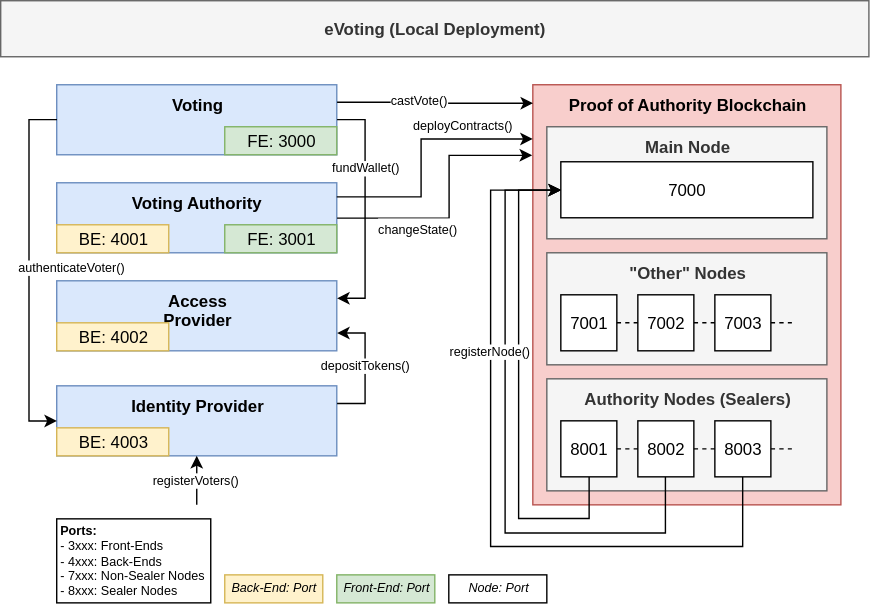
Earlier version of the draw.io export assets/eVoting.svg (alexscheitlin/master-project-evoting). Source tidied: cells renumbered, new cells last; positions are measured from the earlier drawing's top-left corner, leaving out a move shared by most shapes.
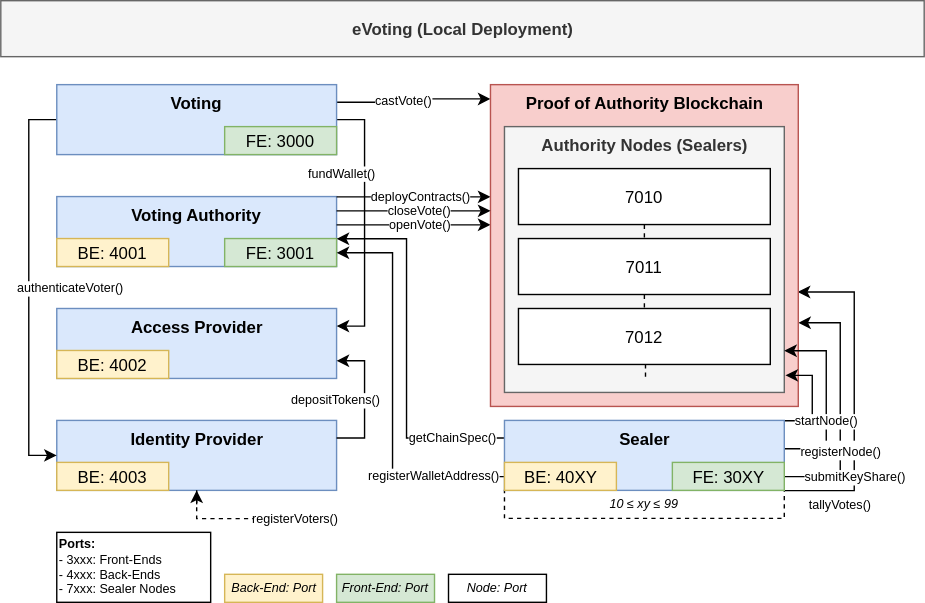
The same file after the commit.

Commit message:
update local deployment (ports) drawing

Change to the diagram source:
```diff
@@ -4,4 +4,30 @@
     <mxCell id="1" parent="0" />
+    <mxCell id="59" style="edgeStyle=orthogonalEdgeStyle;rounded=0;jettySize=auto;html=1;entryX=0.998;entryY=0.645;entryDx=0;entryDy=0;entryPerimeter=0;endArrow=classic;endFill=1;fontSize=9;" parent="1" edge="1" source="80" target="12">
+      <mxGeometry relative="1" as="geometry">
+        <Array as="points">
+          <mxPoint x="610" y="350" />
+          <mxPoint x="610" y="208" />
+        </Array>
+      </mxGeometry>
+    </mxCell>
+    <mxCell id="60" value="tallyVotes()" style="text;html=1;align=center;verticalAlign=middle;labelBackgroundColor=#ffffff;fontSize=9;" parent="59" vertex="1">
+      <mxGeometry x="-0.11" y="2" relative="1" as="geometry">
+        <mxPoint x="-7.5" y="12" as="offset" />
+      </mxGeometry>
+    </mxCell>
+    <mxCell id="61" style="edgeStyle=orthogonalEdgeStyle;rounded=0;jettySize=auto;html=1;endArrow=classic;endFill=1;fontSize=9;" parent="1" edge="1" source="80" target="12">
+      <mxGeometry relative="1" as="geometry">
+        <Array as="points">
+          <mxPoint x="600" y="340" />
+          <mxPoint x="600" y="230" />
+        </Array>
+      </mxGeometry>
+    </mxCell>
+    <mxCell id="62" value="submitKeyShare()" style="text;html=1;align=center;verticalAlign=middle;labelBackgroundColor=#ffffff;fontSize=9;" parent="61" vertex="1">
+      <mxGeometry x="-0.38" y="49" relative="1" as="geometry">
+        <mxPoint x="59" y="16" as="offset" />
+      </mxGeometry>
+    </mxCell>
     <mxCell id="2" style="group;" parent="1" vertex="1">
-      <mxGeometry x="40" y="200" width="200" height="50" as="geometry" />
+      <mxGeometry x="40" y="220" width="200" height="50" as="geometry" />
     </mxCell>
@@ -14,3 +40,3 @@
     <mxCell id="5" style="group;" parent="1" vertex="1">
-      <mxGeometry x="40" y="275" width="200" height="50" as="geometry" />
+      <mxGeometry x="40" y="300" width="200" height="50" as="geometry" />
     </mxCell>
@@ -22,109 +48,7 @@
     </mxCell>
-    <mxCell id="8" style="group;fontStyle=1;" parent="1" vertex="1">
-      <mxGeometry x="40" y="60" width="200" height="50" as="geometry" />
-    </mxCell>
-    <mxCell id="9" value="&lt;b&gt;Voting&lt;/b&gt;" style="rounded=0;whiteSpace=wrap;html=1;fillColor=#dae8fc;strokeColor=#6c8ebf;align=center;verticalAlign=top;" parent="8" vertex="1">
-      <mxGeometry width="200" height="50" as="geometry" />
-    </mxCell>
-    <mxCell id="10" value="FE: 3000" style="rounded=0;whiteSpace=wrap;html=1;fillColor=#d5e8d4;strokeColor=#82b366;" parent="8" vertex="1">
-      <mxGeometry x="120" y="30" width="80" height="20" as="geometry" />
-    </mxCell>
-    <mxCell id="11" style="group;" parent="1" vertex="1">
-      <mxGeometry x="380" y="60" width="220" height="300" as="geometry" />
-    </mxCell>
-    <mxCell id="12" value="Proof of Authority Blockchain" style="rounded=0;whiteSpace=wrap;html=1;align=center;fillColor=#f8cecc;strokeColor=#b85450;verticalAlign=top;fontStyle=1;" parent="11" vertex="1">
-      <mxGeometry width="220" height="300" as="geometry" />
-    </mxCell>
-    <mxCell id="13" style="group;" parent="11" vertex="1">
-      <mxGeometry x="10" y="210" width="200" height="80" as="geometry" />
-    </mxCell>
-    <mxCell id="14" value="Authority Nodes (Sealers)" style="rounded=0;whiteSpace=wrap;html=1;align=center;fontStyle=1;verticalAlign=top;fillColor=#f5f5f5;strokeColor=#666666;fontColor=#333333;" parent="13" vertex="1">
-      <mxGeometry width="200" height="80" as="geometry" />
-    </mxCell>
-    <mxCell id="15" value="8001" style="rounded=0;whiteSpace=wrap;html=1;align=center;" parent="13" vertex="1">
-      <mxGeometry x="10" y="30" width="40" height="40" as="geometry" />
-    </mxCell>
-    <mxCell id="16" value="8002" style="rounded=0;whiteSpace=wrap;html=1;align=center;" parent="13" vertex="1">
-      <mxGeometry x="65" y="30" width="40" height="40" as="geometry" />
-    </mxCell>
-    <mxCell id="17" value="8003" style="rounded=0;whiteSpace=wrap;html=1;align=center;" parent="13" vertex="1">
-      <mxGeometry x="120" y="30" width="40" height="40" as="geometry" />
-    </mxCell>
-    <mxCell id="18" style="endArrow=none;dashed=1;html=1;exitX=1;exitY=0.5;exitDx=0;exitDy=0;entryX=0;entryY=0.5;entryDx=0;entryDy=0;" parent="13" edge="1" source="15" target="16">
-      <mxGeometry relative="1" as="geometry" />
-    </mxCell>
-    <mxCell id="19" style="endArrow=none;dashed=1;html=1;exitX=1;exitY=0.5;exitDx=0;exitDy=0;entryX=0;entryY=0.5;entryDx=0;entryDy=0;" parent="13" edge="1" source="16" target="17">
-      <mxGeometry relative="1" as="geometry" />
-    </mxCell>
-    <mxCell id="20" style="endArrow=none;dashed=1;html=1;exitX=1;exitY=0.5;exitDx=0;exitDy=0;entryX=0;entryY=0.5;entryDx=0;entryDy=0;" parent="13" edge="1">
-      <mxGeometry relative="1" as="geometry">
-        <mxPoint x="160" y="50" as="sourcePoint" />
-        <mxPoint x="175" y="50" as="targetPoint" />
-        <Array as="points">
-          <mxPoint x="175" y="50" />
-        </Array>
-      </mxGeometry>
-    </mxCell>
-    <mxCell id="21" style="group;" parent="11" vertex="1">
-      <mxGeometry x="10" y="120" width="200" height="80" as="geometry" />
-    </mxCell>
-    <mxCell id="22" value="&quot;Other&quot; Nodes" style="rounded=0;whiteSpace=wrap;html=1;align=center;fontStyle=1;verticalAlign=top;fillColor=#f5f5f5;strokeColor=#666666;fontColor=#333333;" parent="21" vertex="1">
-      <mxGeometry width="200" height="80" as="geometry" />
-    </mxCell>
-    <mxCell id="23" value="7001" style="rounded=0;whiteSpace=wrap;html=1;align=center;" parent="21" vertex="1">
-      <mxGeometry x="10" y="30" width="40" height="40" as="geometry" />
-    </mxCell>
-    <mxCell id="24" value="7002" style="rounded=0;whiteSpace=wrap;html=1;align=center;" parent="21" vertex="1">
-      <mxGeometry x="65" y="30" width="40" height="40" as="geometry" />
-    </mxCell>
-    <mxCell id="25" value="7003" style="rounded=0;whiteSpace=wrap;html=1;align=center;" parent="21" vertex="1">
-      <mxGeometry x="120" y="30" width="40" height="40" as="geometry" />
-    </mxCell>
-    <mxCell id="26" style="endArrow=none;dashed=1;html=1;exitX=1;exitY=0.5;exitDx=0;exitDy=0;entryX=0;entryY=0.5;entryDx=0;entryDy=0;" parent="21" edge="1" source="23" target="24">
-      <mxGeometry relative="1" as="geometry" />
-    </mxCell>
-    <mxCell id="27" style="endArrow=none;dashed=1;html=1;exitX=1;exitY=0.5;exitDx=0;exitDy=0;entryX=0;entryY=0.5;entryDx=0;entryDy=0;" parent="21" edge="1" source="24" target="25">
-      <mxGeometry relative="1" as="geometry" />
-    </mxCell>
-    <mxCell id="28" style="endArrow=none;dashed=1;html=1;exitX=1;exitY=0.5;exitDx=0;exitDy=0;entryX=0;entryY=0.5;entryDx=0;entryDy=0;" parent="21" edge="1">
-      <mxGeometry relative="1" as="geometry">
-        <mxPoint x="160" y="50" as="sourcePoint" />
-        <mxPoint x="175" y="50" as="targetPoint" />
-        <Array as="points">
-          <mxPoint x="175" y="50" />
-        </Array>
-      </mxGeometry>
-    </mxCell>
-    <mxCell id="29" style="group;" parent="11" vertex="1">
-      <mxGeometry x="10" y="30" width="200" height="80" as="geometry" />
-    </mxCell>
-    <mxCell id="30" value="&lt;b&gt;Main Node&lt;br&gt;&lt;/b&gt;" style="rounded=0;whiteSpace=wrap;html=1;align=center;fillColor=#f5f5f5;strokeColor=#666666;fontColor=#333333;verticalAlign=top;" parent="29" vertex="1">
-      <mxGeometry width="200" height="80" as="geometry" />
-    </mxCell>
-    <mxCell id="31" value="7000" style="rounded=0;whiteSpace=wrap;html=1;align=center;" parent="29" vertex="1">
-      <mxGeometry x="10" y="25" width="180" height="40" as="geometry" />
-    </mxCell>
-    <mxCell id="32" style="edgeStyle=orthogonalEdgeStyle;rounded=0;jettySize=auto;html=1;fontSize=9;exitX=0.5;exitY=1;exitDx=0;exitDy=0;entryX=0;entryY=0.5;entryDx=0;entryDy=0;" parent="11" edge="1" source="16" target="31">
-      <mxGeometry relative="1" as="geometry">
-        <Array as="points">
-          <mxPoint x="95" y="320" />
-          <mxPoint x="-20" y="320" />
-          <mxPoint x="-20" y="75" />
-        </Array>
-      </mxGeometry>
-    </mxCell>
-    <mxCell id="33" style="edgeStyle=orthogonalEdgeStyle;rounded=0;jettySize=auto;html=1;exitX=0.5;exitY=1;exitDx=0;exitDy=0;fontSize=9;" parent="11" edge="1" source="17" target="31">
-      <mxGeometry relative="1" as="geometry">
-        <Array as="points">
-          <mxPoint x="150" y="330" />
-          <mxPoint x="-30" y="330" />
-          <mxPoint x="-30" y="75" />
-        </Array>
-      </mxGeometry>
-    </mxCell>
     <mxCell id="34" value="&lt;b&gt;eVoting (Local Deployment)&lt;br&gt;&lt;/b&gt;" style="rounded=0;whiteSpace=wrap;html=1;align=center;fillColor=#f5f5f5;strokeColor=#666666;fontColor=#333333;" parent="1" vertex="1">
-      <mxGeometry width="620" height="40" as="geometry" />
+      <mxGeometry width="660" height="40" as="geometry" />
     </mxCell>
     <mxCell id="35" style="group;" parent="1" vertex="1">
-      <mxGeometry x="40" y="130" width="200" height="50" as="geometry" />
+      <mxGeometry x="40" y="140" width="200" height="50" as="geometry" />
     </mxCell>
@@ -148,4 +72,4 @@
     </mxCell>
-    <mxCell id="42" value="&lt;div&gt;&lt;b&gt;Ports:&lt;/b&gt;&lt;/div&gt;&lt;div&gt;- 3xxx: Front-Ends&lt;br&gt;&lt;/div&gt;&lt;div&gt;- 4xxx: Back-Ends&lt;br&gt;&lt;/div&gt;&lt;div&gt;- 7xxx: Non-Sealer Nodes&lt;br&gt;- 8xxx: Sealer Nodes&lt;br&gt;&lt;/div&gt;" style="rounded=0;whiteSpace=wrap;html=1;fontSize=9;align=left;verticalAlign=middle;" parent="1" vertex="1">
-      <mxGeometry x="40" y="370" width="110" height="60" as="geometry" />
+    <mxCell id="42" value="&lt;div&gt;&lt;b&gt;Ports:&lt;/b&gt;&lt;/div&gt;&lt;div&gt;- 3xxx: Front-Ends&lt;br&gt;&lt;/div&gt;&lt;div&gt;- 4xxx: Back-Ends&lt;br&gt;&lt;/div&gt;&lt;div&gt;- 7xxx: Sealer Nodes&lt;br&gt;&lt;/div&gt;" style="rounded=0;whiteSpace=wrap;html=1;fontSize=9;align=left;verticalAlign=middle;" parent="1" vertex="1">
+      <mxGeometry x="40" y="380" width="110" height="50" as="geometry" />
     </mxCell>
@@ -158,3 +82,3 @@
       <mxGeometry x="-0.2" relative="1" as="geometry">
-        <mxPoint y="-4" as="offset" />
+        <mxPoint x="70" y="14" as="offset" />
       </mxGeometry>
@@ -165,3 +89,3 @@
           <mxPoint x="20" y="85" />
-          <mxPoint x="20" y="300" />
+          <mxPoint x="20" y="325" />
         </Array>
@@ -171,3 +95,3 @@
       <mxGeometry x="-0.22" relative="1" as="geometry">
-        <mxPoint x="30" y="26" as="offset" />
+        <mxPoint x="30" y="31" as="offset" />
       </mxGeometry>
@@ -187,3 +111,3 @@
       <mxGeometry x="0.22" relative="1" as="geometry">
-        <mxPoint y="7.5" as="offset" />
+        <mxPoint x="-20" y="10.5" as="offset" />
       </mxGeometry>
@@ -195,20 +119,5 @@
       <mxGeometry x="0.18" y="2" relative="1" as="geometry">
-        <mxPoint x="-2" y="-44" as="offset" />
+        <mxPoint x="-18" y="-52.5" as="offset" />
       </mxGeometry>
     </mxCell>
-    <mxCell id="53" style="edgeStyle=orthogonalEdgeStyle;rounded=0;jettySize=auto;html=1;fontSize=9;entryX=0;entryY=0.5;entryDx=0;entryDy=0;" parent="1" edge="1" target="31">
-      <mxGeometry relative="1" as="geometry">
-        <mxPoint x="420" y="340" as="sourcePoint" />
-        <Array as="points">
-          <mxPoint x="420" y="370" />
-          <mxPoint x="370" y="370" />
-          <mxPoint x="370" y="135" />
-        </Array>
-      </mxGeometry>
-    </mxCell>
-    <mxCell id="54" value="registerNode()" style="text;html=1;align=center;verticalAlign=middle;labelBackgroundColor=#ffffff;fontSize=9;" parent="53" vertex="1">
-      <mxGeometry x="0.2" y="-2" relative="1" as="geometry">
-        <mxPoint x="-22.5" y="6.5" as="offset" />
-      </mxGeometry>
-    </mxCell>
     <mxCell id="55" style="edgeStyle=orthogonalEdgeStyle;rounded=0;jettySize=auto;html=1;fontSize=9;" parent="1" edge="1" source="36" target="12">
@@ -216,4 +125,4 @@
         <Array as="points">
-          <mxPoint x="300" y="140" />
-          <mxPoint x="300" y="99" />
+          <mxPoint x="320" y="140" />
+          <mxPoint x="320" y="140" />
         </Array>
@@ -223,10 +132,10 @@
       <mxGeometry x="0.09" y="-2" relative="1" as="geometry">
-        <mxPoint x="28" y="-12" as="offset" />
+        <mxPoint y="-2" as="offset" />
       </mxGeometry>
     </mxCell>
-    <mxCell id="57" style="edgeStyle=orthogonalEdgeStyle;rounded=0;jettySize=auto;html=1;exitX=1;exitY=0.5;exitDx=0;exitDy=0;entryX=-0.002;entryY=0.167;entryDx=0;entryDy=0;entryPerimeter=0;" parent="1" edge="1" source="36" target="12">
+    <mxCell id="57" style="edgeStyle=orthogonalEdgeStyle;rounded=0;jettySize=auto;html=1;" parent="1" edge="1" source="36" target="12">
       <mxGeometry relative="1" as="geometry">
         <Array as="points">
-          <mxPoint x="320" y="155" />
-          <mxPoint x="320" y="110" />
+          <mxPoint x="330" y="160" />
+          <mxPoint x="330" y="160" />
         </Array>
@@ -234,7 +143,137 @@
     </mxCell>
-    <mxCell id="58" value="&lt;font style=&quot;font-size: 9px&quot;&gt;changeState()&lt;/font&gt;" style="text;html=1;align=center;verticalAlign=middle;labelBackgroundColor=#ffffff;" parent="57" vertex="1">
+    <mxCell id="58" value="openVote()" style="text;html=1;align=center;verticalAlign=middle;labelBackgroundColor=#ffffff;fontSize=9;" parent="57" vertex="1">
       <mxGeometry x="0.54" y="-2" relative="1" as="geometry">
-        <mxPoint x="-38.5" y="49" as="offset" />
+        <mxPoint x="-25" y="-2" as="offset" />
       </mxGeometry>
     </mxCell>
+    <mxCell id="12" value="Proof of Authority Blockchain" style="rounded=0;whiteSpace=wrap;html=1;align=center;fillColor=#f8cecc;strokeColor=#b85450;verticalAlign=top;fontStyle=1;" parent="1" vertex="1">
+      <mxGeometry x="350" y="60" width="220" height="230" as="geometry" />
+    </mxCell>
+    <mxCell id="63" style="edgeStyle=orthogonalEdgeStyle;rounded=0;jettySize=auto;html=1;exitX=0.5;exitY=1;exitDx=0;exitDy=0;entryX=0.5;entryY=0;entryDx=0;entryDy=0;dashed=1;endArrow=none;endFill=0;" parent="1" edge="1" source="67">
+      <mxGeometry relative="1" as="geometry">
+        <mxPoint x="490" y="270" as="targetPoint" />
+      </mxGeometry>
+    </mxCell>
+    <mxCell id="30" value="&lt;b&gt;Authority Nodes (Sealers)&lt;/b&gt;" style="rounded=0;whiteSpace=wrap;html=1;align=center;fillColor=#f5f5f5;strokeColor=#666666;fontColor=#333333;verticalAlign=top;" parent="1" vertex="1">
+      <mxGeometry x="360" y="90" width="200" height="190" as="geometry" />
+    </mxCell>
+    <mxCell id="64" style="edgeStyle=orthogonalEdgeStyle;rounded=0;jettySize=auto;html=1;exitX=0.5;exitY=1;exitDx=0;exitDy=0;entryX=0.5;entryY=0;entryDx=0;entryDy=0;endArrow=none;endFill=0;dashed=1;" parent="1" edge="1" source="31" target="66">
+      <mxGeometry relative="1" as="geometry" />
+    </mxCell>
+    <mxCell id="31" value="7010" style="rounded=0;whiteSpace=wrap;html=1;align=center;" parent="1" vertex="1">
+      <mxGeometry x="370" y="120" width="180" height="40" as="geometry" />
+    </mxCell>
+    <mxCell id="65" style="edgeStyle=orthogonalEdgeStyle;rounded=0;jettySize=auto;html=1;exitX=0.5;exitY=1;exitDx=0;exitDy=0;entryX=0.5;entryY=0;entryDx=0;entryDy=0;dashed=1;endArrow=none;endFill=0;" parent="1" edge="1" source="66" target="67">
+      <mxGeometry relative="1" as="geometry" />
+    </mxCell>
+    <mxCell id="66" value="7011" style="rounded=0;whiteSpace=wrap;html=1;align=center;" parent="1" vertex="1">
+      <mxGeometry x="370" y="170" width="180" height="40" as="geometry" />
+    </mxCell>
+    <mxCell id="67" value="7012" style="rounded=0;whiteSpace=wrap;html=1;align=center;" parent="1" vertex="1">
+      <mxGeometry x="370" y="220" width="180" height="40" as="geometry" />
+    </mxCell>
+    <mxCell id="68" style="edgeStyle=orthogonalEdgeStyle;rounded=0;orthogonalLoop=1;jettySize=auto;html=1;exitX=0.5;exitY=1;exitDx=0;exitDy=0;entryX=0.5;entryY=0;entryDx=0;entryDy=0;dashed=1;endArrow=none;endFill=0;" parent="1" edge="1">
+      <mxGeometry relative="1" as="geometry">
+        <mxPoint x="460.8" y="260" as="sourcePoint" />
+        <mxPoint x="460.8" y="270" as="targetPoint" />
+        <Array as="points">
+          <mxPoint x="461" y="270" />
+          <mxPoint x="461" y="270" />
+        </Array>
+      </mxGeometry>
+    </mxCell>
+    <mxCell id="69" value="&lt;font style=&quot;font-size: 9px&quot;&gt;10 &lt;span style=&quot;font-weight: normal ; font-size: 9px&quot;&gt;&lt;span class=&quot;code char&quot; style=&quot;font-size: 9px&quot;&gt;≤ &lt;/span&gt;&lt;/span&gt;xy &lt;/font&gt;&lt;font style=&quot;font-size: 9px&quot;&gt;&lt;font style=&quot;font-size: 9px&quot;&gt;&lt;span style=&quot;font-weight: normal ; font-size: 9px&quot;&gt;&lt;span class=&quot;code char&quot; style=&quot;font-size: 9px&quot;&gt;≤&lt;/span&gt;&lt;/span&gt;&lt;/font&gt; 99&lt;/font&gt;&lt;font style=&quot;font-size: 9px&quot;&gt;&lt;br style=&quot;font-size: 9px&quot;&gt;&lt;/font&gt;" style="rounded=0;whiteSpace=wrap;html=1;fontSize=9;dashed=1;fontStyle=2;" parent="1" vertex="1">
+      <mxGeometry x="360" y="350" width="200" height="20" as="geometry" />
+    </mxCell>
+    <mxCell id="70" style="edgeStyle=orthogonalEdgeStyle;rounded=0;jettySize=auto;html=1;dashed=1;endArrow=none;endFill=0;fontSize=9;" parent="1" edge="1" source="6">
+      <mxGeometry relative="1" as="geometry">
+        <mxPoint x="180" y="370" as="targetPoint" />
+      </mxGeometry>
+    </mxCell>
+    <mxCell id="71" style="edgeStyle=orthogonalEdgeStyle;rounded=0;jettySize=auto;html=1;endArrow=classic;endFill=1;fontSize=9;" parent="1" edge="1" source="80" target="36">
+      <mxGeometry relative="1" as="geometry">
+        <Array as="points">
+          <mxPoint x="280" y="340" />
+          <mxPoint x="280" y="180" />
+        </Array>
+      </mxGeometry>
+    </mxCell>
+    <mxCell id="72" value="registerWalletAddress()" style="text;html=1;align=center;verticalAlign=middle;labelBackgroundColor=#ffffff;fontSize=9;" parent="71" vertex="1">
+      <mxGeometry x="-0.79" y="-8" relative="1" as="geometry">
+        <mxPoint x="-22" y="7" as="offset" />
+      </mxGeometry>
+    </mxCell>
+    <mxCell id="73" style="edgeStyle=orthogonalEdgeStyle;rounded=0;jettySize=auto;html=1;" parent="1" edge="1" source="36" target="12">
+      <mxGeometry relative="1" as="geometry">
+        <Array as="points">
+          <mxPoint x="340" y="150" />
+          <mxPoint x="340" y="150" />
+        </Array>
+      </mxGeometry>
+    </mxCell>
+    <mxCell id="74" value="closeVote()" style="text;html=1;align=center;verticalAlign=middle;labelBackgroundColor=#ffffff;fontSize=9;" parent="73" vertex="1">
+      <mxGeometry x="0.54" y="-2" relative="1" as="geometry">
+        <mxPoint x="-25" y="-2" as="offset" />
+      </mxGeometry>
+    </mxCell>
+    <mxCell id="75" style="edgeStyle=orthogonalEdgeStyle;rounded=0;jettySize=auto;html=1;exitX=0;exitY=0.25;exitDx=0;exitDy=0;endArrow=classic;endFill=1;fontSize=9;" parent="1" edge="1" source="80" target="36">
+      <mxGeometry relative="1" as="geometry">
+        <Array as="points">
+          <mxPoint x="290" y="312" />
+          <mxPoint x="290" y="170" />
+        </Array>
+      </mxGeometry>
+    </mxCell>
+    <mxCell id="76" value="getChainSpec()" style="text;html=1;align=center;verticalAlign=middle;labelBackgroundColor=#ffffff;fontSize=9;" parent="75" vertex="1">
+      <mxGeometry x="-0.74" relative="1" as="geometry">
+        <mxPoint x="-3.5" y="-0.5" as="offset" />
+      </mxGeometry>
+    </mxCell>
+    <mxCell id="33" style="edgeStyle=orthogonalEdgeStyle;rounded=0;jettySize=auto;html=1;fontSize=9;" parent="1" edge="1" source="80" target="30">
+      <mxGeometry relative="1" as="geometry">
+        <Array as="points">
+          <mxPoint x="590" y="320" />
+          <mxPoint x="590" y="250" />
+        </Array>
+      </mxGeometry>
+    </mxCell>
+    <mxCell id="54" value="&lt;font style=&quot;font-size: 9px&quot;&gt;registerNode()&lt;/font&gt;" style="text;html=1;align=center;verticalAlign=middle;labelBackgroundColor=#ffffff;" parent="33" vertex="1">
+      <mxGeometry x="-0.53" y="-16" relative="1" as="geometry">
+        <mxPoint x="-6" y="0.5" as="offset" />
+      </mxGeometry>
+    </mxCell>
+    <mxCell id="77" style="edgeStyle=orthogonalEdgeStyle;rounded=0;jettySize=auto;html=1;endArrow=classic;endFill=1;fontSize=9;entryX=1.003;entryY=0.935;entryDx=0;entryDy=0;entryPerimeter=0;" parent="1" edge="1" source="80" target="30">
+      <mxGeometry relative="1" as="geometry">
+        <Array as="points">
+          <mxPoint x="580" y="300" />
+          <mxPoint x="580" y="268" />
+        </Array>
+      </mxGeometry>
+    </mxCell>
+    <mxCell id="78" value="startNode()" style="text;html=1;align=center;verticalAlign=middle;labelBackgroundColor=#ffffff;fontSize=9;" parent="77" vertex="1">
+      <mxGeometry x="-0.52" y="14" relative="1" as="geometry">
+        <mxPoint x="13" y="14" as="offset" />
+      </mxGeometry>
+    </mxCell>
+    <mxCell id="79" style="group;" parent="1" vertex="1">
+      <mxGeometry x="360" y="300" width="200" height="50" as="geometry" />
+    </mxCell>
+    <mxCell id="80" value="&lt;b&gt;Sealer&lt;/b&gt;" style="rounded=0;whiteSpace=wrap;html=1;fillColor=#dae8fc;strokeColor=#6c8ebf;align=center;verticalAlign=top;" parent="79" vertex="1">
+      <mxGeometry width="200" height="50" as="geometry" />
+    </mxCell>
+    <mxCell id="81" value="FE: 30XY" style="rounded=0;whiteSpace=wrap;html=1;fillColor=#d5e8d4;strokeColor=#82b366;" parent="79" vertex="1">
+      <mxGeometry x="120" y="30" width="80" height="20" as="geometry" />
+    </mxCell>
+    <mxCell id="82" value="BE: 40XY" style="rounded=0;whiteSpace=wrap;html=1;fillColor=#fff2cc;strokeColor=#d6b656;" parent="79" vertex="1">
+      <mxGeometry y="30" width="80" height="20" as="geometry" />
+    </mxCell>
+    <mxCell id="8" style="group;fontStyle=1;" parent="1" vertex="1">
+      <mxGeometry x="40" y="60" width="200" height="50" as="geometry" />
+    </mxCell>
+    <mxCell id="9" value="&lt;b&gt;Voting&lt;/b&gt;" style="rounded=0;whiteSpace=wrap;html=1;fillColor=#dae8fc;strokeColor=#6c8ebf;align=center;verticalAlign=top;" parent="8" vertex="1">
+      <mxGeometry width="200" height="50" as="geometry" />
+    </mxCell>
+    <mxCell id="10" value="FE: 3000" style="rounded=0;whiteSpace=wrap;html=1;fillColor=#d5e8d4;strokeColor=#82b366;" parent="8" vertex="1">
+      <mxGeometry x="120" y="30" width="80" height="20" as="geometry" />
+    </mxCell>
   </root>
```
